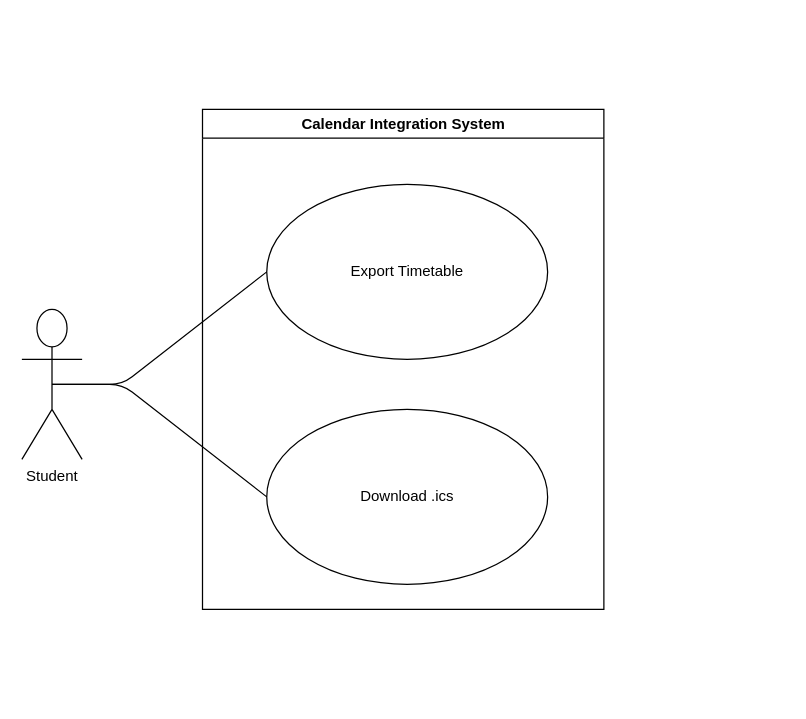
Above: page "Calendar_Exporting" (7 of 16) of dev/diagrams/requirements/Requirements.drawio in COS301-SE-2026/UMTAS (draw.io), before the change. Source tidied: cells renumbered, new cells numbered last; positions are measured from the earlier drawing's top-left corner, leaving out a move shared by most shapes. Both pictures are drawn from the tidied source at 125%, with x=0, y=0 at pixel (21, 109).
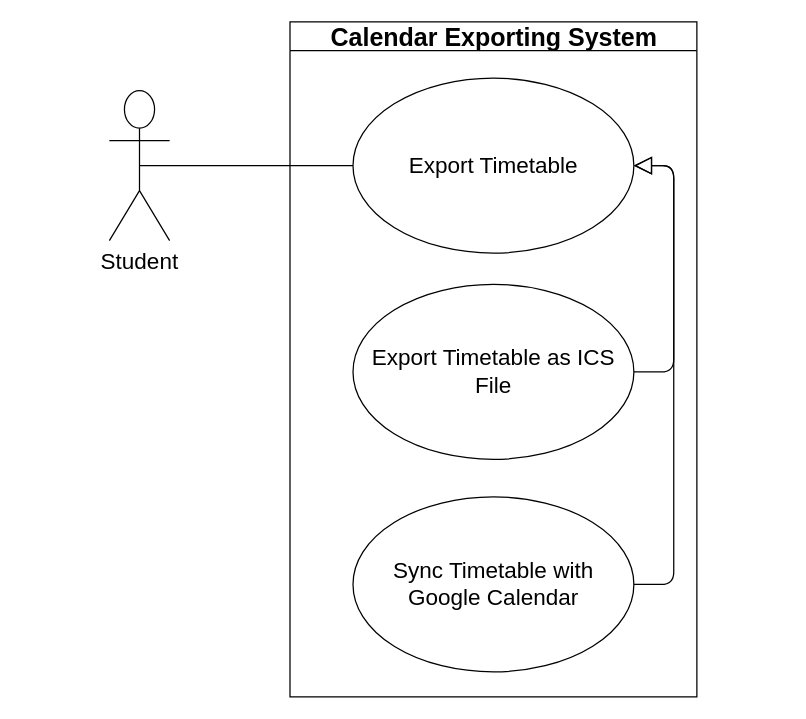
The same diagram, later.

Diff of the diagram source:
```diff
@@
 <mxGraphModel>
   <root>
     <mxCell id="0" />
     <mxCell id="1" parent="0" />
-    <mxCell id="2" style="group;" parent="1" vertex="1">
-      <mxGeometry width="610" height="400" as="geometry" />
-    </mxCell>
+    <mxCell id="9" style="group;" parent="1" vertex="1">
+      <mxGeometry x="70" y="-70" width="470" height="540" as="geometry" />
+    </mxCell>
-    <mxCell id="3" value="Student&lt;div&gt;&lt;br&gt;&lt;/div&gt;" style="shape=umlActor;verticalLabelPosition=bottom;verticalAlign=top;html=1;outlineConnect=0;" parent="2" vertex="1">
-      <mxGeometry y="160" width="48.2" height="120" as="geometry" />
+    <mxCell id="3" value="&lt;font style=&quot;font-size: 18px;&quot;&gt;Student&lt;/font&gt;&lt;div&gt;&lt;br&gt;&lt;/div&gt;" style="shape=umlActor;verticalLabelPosition=bottom;verticalAlign=top;html=1;outlineConnect=0;" parent="9" vertex="1">
+      <mxGeometry y="55" width="48.2" height="120" as="geometry" />
     </mxCell>
-    <mxCell id="4" value="Calendar Integration System" style="swimlane;whiteSpace=wrap;html=1;" parent="2" vertex="1">
-      <mxGeometry x="144.5" width="321.1" height="400" as="geometry" />
+    <mxCell id="4" value="&lt;font style=&quot;font-size: 20px;&quot;&gt;Calendar Exporting System&lt;/font&gt;" style="swimlane;whiteSpace=wrap;html=1;" parent="9" vertex="1">
+      <mxGeometry x="144.5" width="325.5" height="540" as="geometry" />
     </mxCell>
+    <mxCell id="7" style="endArrow=none;html=1;exitX=0.5;exitY=0.5;exitDx=0;exitDy=0;exitPerimeter=0;entryX=0;entryY=0.5;entryDx=0;entryDy=0;" parent="9" edge="1" source="3" target="5">
+      <mxGeometry relative="1" as="geometry" />
+    </mxCell>
-    <mxCell id="5" value="Export Timetable" style="ellipse;whiteSpace=wrap;html=1;" parent="4" vertex="1">
-      <mxGeometry x="51.4" y="60" width="224.7" height="140" as="geometry" />
+    <mxCell id="5" value="&lt;font style=&quot;font-size: 18px;&quot;&gt;Export Timetable&lt;/font&gt;" style="ellipse;whiteSpace=wrap;html=1;" parent="9" vertex="1">
+      <mxGeometry x="194.9" y="45" width="224.7" height="140" as="geometry" />
     </mxCell>
-    <mxCell id="6" value="Download .ics" style="ellipse;whiteSpace=wrap;html=1;" parent="4" vertex="1">
-      <mxGeometry x="51.4" y="240" width="224.7" height="140" as="geometry" />
-    </mxCell>
-    <mxCell id="7" style="endArrow=none;html=1;exitX=0.5;exitY=0.5;exitDx=0;exitDy=0;exitPerimeter=0;entryX=0;entryY=0.5;entryDx=0;entryDy=0;" parent="2" edge="1" source="3" target="5">
-      <mxGeometry relative="1" as="geometry">
-        <Array as="points">
-          <mxPoint x="80.3" y="220" />
-        </Array>
-      </mxGeometry>
-    </mxCell>
-    <mxCell id="8" style="endArrow=none;html=1;exitX=0.5;exitY=0.5;exitDx=0;exitDy=0;exitPerimeter=0;entryX=0;entryY=0.5;entryDx=0;entryDy=0;" parent="2" edge="1" source="3" target="6">
-      <mxGeometry relative="1" as="geometry">
-        <Array as="points">
-          <mxPoint x="80.3" y="220" />
-        </Array>
-      </mxGeometry>
-    </mxCell>
+    <mxCell id="10" value="&lt;font style=&quot;font-size: 18px;&quot;&gt;Sync Timetable with Google Calendar&lt;/font&gt;" style="ellipse;whiteSpace=wrap;html=1;" parent="9" vertex="1">
+      <mxGeometry x="194.9" y="380" width="224.7" height="140" as="geometry" />
+    </mxCell>
+    <mxCell id="11" value="&lt;font style=&quot;font-size: 18px;&quot;&gt;Export Timetable as ICS File&lt;/font&gt;" style="ellipse;whiteSpace=wrap;html=1;" parent="9" vertex="1">
+      <mxGeometry x="194.9" y="210" width="224.7" height="140" as="geometry" />
+    </mxCell>
+    <mxCell id="12" style="edgeStyle=orthogonalEdgeStyle;html=1;endSize=12;endArrow=block;endFill=0;exitX=1;exitY=0.5;exitDx=0;exitDy=0;entryX=1;entryY=0.5;entryDx=0;entryDy=0;" parent="9" edge="1" source="11" target="5">
+      <mxGeometry relative="1" as="geometry">
+        <Array as="points">
+          <mxPoint x="451.5" y="280" />
+          <mxPoint x="451.5" y="115" />
+        </Array>
+      </mxGeometry>
+    </mxCell>
+    <mxCell id="13" style="edgeStyle=orthogonalEdgeStyle;html=1;endSize=12;endArrow=block;endFill=0;exitX=1;exitY=0.5;exitDx=0;exitDy=0;entryX=1;entryY=0.5;entryDx=0;entryDy=0;" parent="9" edge="1" source="10" target="5">
+      <mxGeometry relative="1" as="geometry">
+        <Array as="points">
+          <mxPoint x="451.5" y="450" />
+          <mxPoint x="451.5" y="115" />
+        </Array>
+      </mxGeometry>
+    </mxCell>
   </root>
 </mxGraphModel>
```
